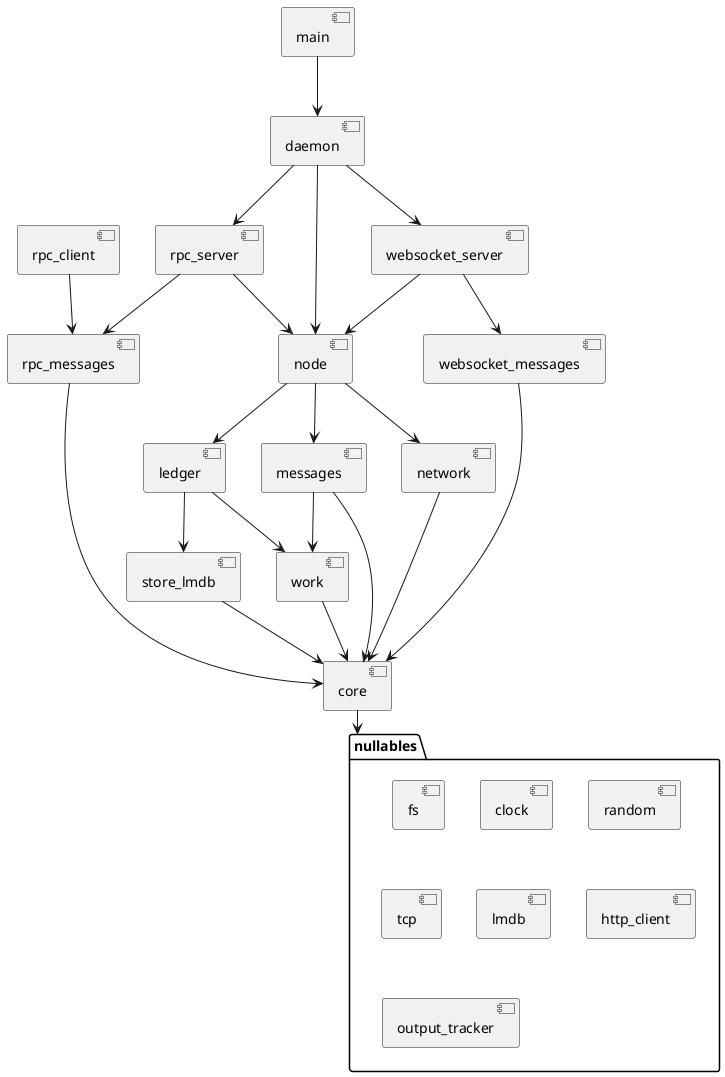
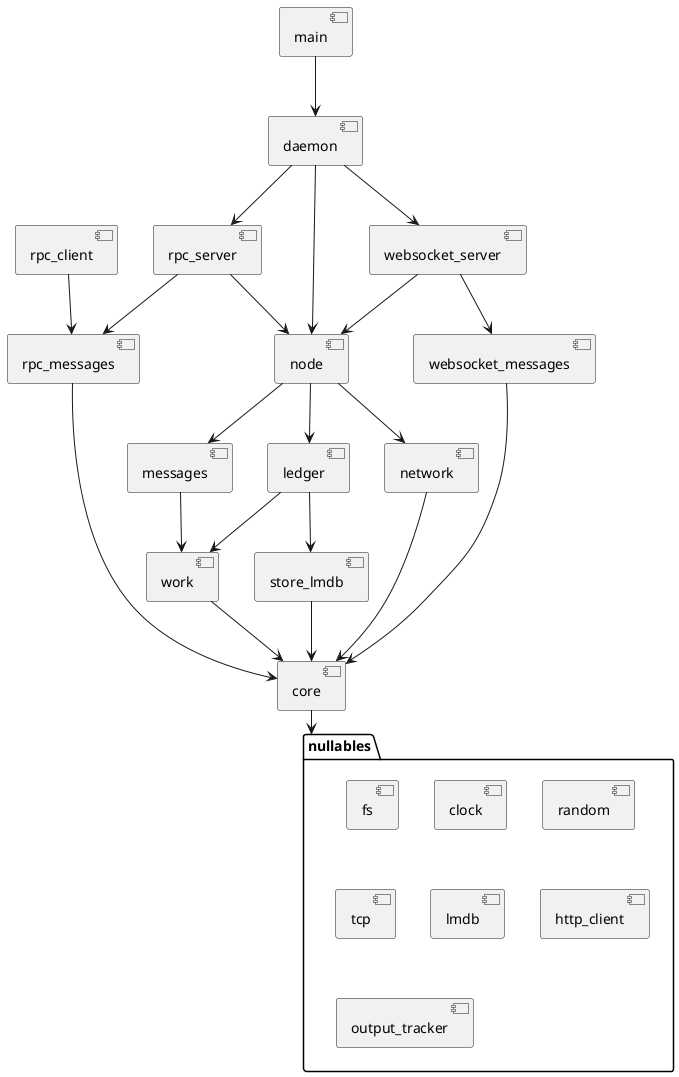
@startuml "Split crates"

[core]
[work]
[ledger]
[store_lmdb]
[messages]
[network]
[daemon]
[node]
[main]
[rpc_messages]
[rpc_server]
[rpc_client]
[websocket_messages]
[websocket_server]

folder "nullables"{
[fs]
[clock]
[random]
[tcp]
[lmdb]
[http_client]
[output_tracker]
}

[main] --> [daemon]
[daemon] --> [node]
[daemon] --> [rpc_server]
[daemon] --> [websocket_server]
[rpc_server] --> [node]
[rpc_server] --> [rpc_messages]
[rpc_client] --> [rpc_messages]
[rpc_messages] --> [core]
[node] --> [ledger]
[node] --> [messages]
[node] --> [network]
[websocket_server] --> [websocket_messages]
[websocket_server] --> [node]
[websocket_messages] --> [core]
- [messages] --> [core]
[messages] --> [work]
[network] --> [core]
[ledger] --> [store_lmdb]
[ledger] --> [work]
[store_lmdb] --> [core]
[work] --> [core]
[core] --> "nullables"

@enduml
